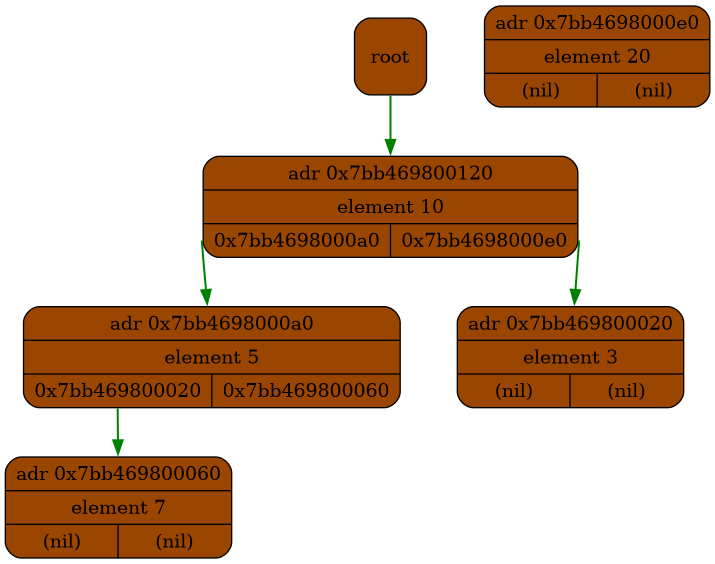
Above: tree.png in evanvd/tree (Graphviz), before the change. Its source is kept beside it as log/tree.dot.
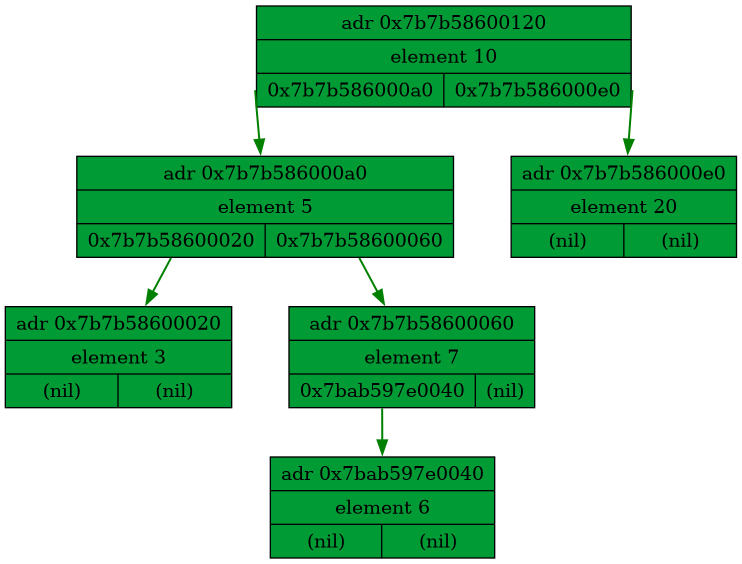
After the commit.

Diff of the diagram source:
```diff
@@ -1,15 +1,16 @@
 digraph {
 graph [rankdir=TB, splines=polyline, nodesep=0.6];
-node [shape=record, style="filled, rounded", fillcolor="#9b4600ff", height=0.8];
+node [shape=record, style="filled", fillcolor="#009b34ff", height=0.8];
 edge [color="#008000", penwidth=1.5, arrowhead = normal];
-node1 [label="{ adr 0x7bb469800120 | element 10 | {<L> 0x7bb4698000a0| <R> 0x7bb4698000e0}}"];
-node1:<L> -> node2;
-node2 [label="{ adr 0x7bb4698000a0 | element 5 | {<L> 0x7bb469800020| <R> 0x7bb469800060}}"];
-node3 [label="{ adr 0x7bb469800020 | element 3 | {<L> (nil)| <R> (nil)}}"];
-node4 [label="{ adr 0x7bb469800060 | element 7 | {<L> (nil)| <R> (nil)}}"];
-node5 [label="{ adr 0x7bb4698000e0 | element 20 | {<L> (nil)| <R> (nil)}}"];
-
-    root -> node1;
-    node1:<R> -> node3;
-    node2:<L> -> node4;
+node1 [label="{ adr 0x7b7b58600120 | element 10 | {<L> 0x7b7b586000a0| <R> 0x7b7b586000e0}}"];
+node1:<L>->node2
+node2 [label="{ adr 0x7b7b586000a0 | element 5 | {<L> 0x7b7b58600020| <R> 0x7b7b58600060}}"];
+node2:<L>->node3
+node3 [label="{ adr 0x7b7b58600020 | element 3 | {<L> (nil)| <R> (nil)}}"];
+node2:<R>->node4
+node4 [label="{ adr 0x7b7b58600060 | element 7 | {<L> 0x7bab597e0040| <R> (nil)}}"];
+node4:<L>->node5
+node5 [label="{ adr 0x7bab597e0040 | element 6 | {<L> (nil)| <R> (nil)}}"];
+node1:<R>->node6
+node6 [label="{ adr 0x7b7b586000e0 | element 20 | {<L> (nil)| <R> (nil)}}"];
 }
```
